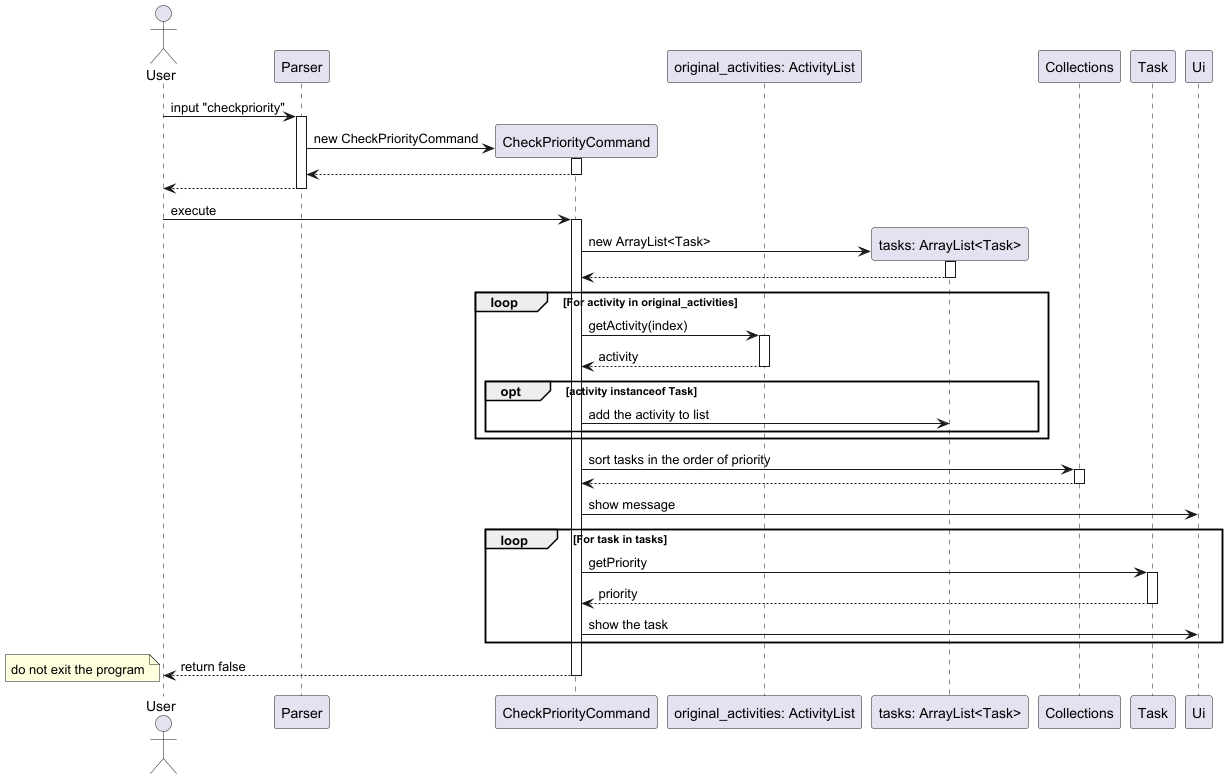
Kennahh/tp keeps this PlantUML diagram as docs/images/checkPriority_sequence.png. Above is the earlier version. The source it was exported from:
```plantuml
@startuml
Actor User
participant Parser
participant CheckPriorityCommand
participant "original_activities: ActivityList" as original_list
participant "tasks: ArrayList<Task>" as tasks
participant Collections
participant Task
participant Ui

User -> Parser: input "checkpriority"
activate Parser
create CheckPriorityCommand
Parser -> CheckPriorityCommand: new CheckPriorityCommand
activate CheckPriorityCommand
CheckPriorityCommand --> Parser
deactivate CheckPriorityCommand
Parser --> User
deactivate Parser

User -> CheckPriorityCommand: execute
activate CheckPriorityCommand
create tasks
CheckPriorityCommand -> tasks: new ArrayList<Task>
activate tasks
tasks --> CheckPriorityCommand
deactivate tasks

loop For activity in original_activities
    CheckPriorityCommand -> original_list: getActivity(index)
    activate original_list
    original_list --> CheckPriorityCommand: activity
    deactivate original_list
    opt activity instanceof Task
        CheckPriorityCommand -> tasks: add the activity to list
    end
end

CheckPriorityCommand -> Collections: sort tasks in the order of priority
activate Collections
Collections --> CheckPriorityCommand
deactivate Collections

CheckPriorityCommand -> Ui: show message
loop For task in tasks
    CheckPriorityCommand -> Task: getPriority
    activate Task
    Task --> CheckPriorityCommand: priority
    deactivate Task
    CheckPriorityCommand -> Ui: show the task
end

CheckPriorityCommand --> User: return false
note left: do not exit the program
deactivate CheckPriorityCommand

@enduml
```
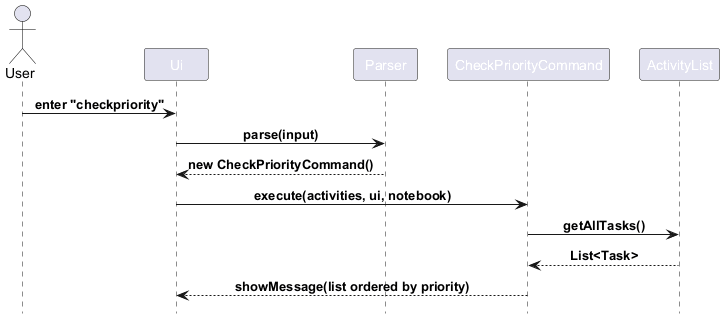
After the change.

Change to the diagram source:
```diff
@@ -1,57 +1,16 @@
 @startuml
-Actor User
+!include style.puml
+actor User
+participant UI as "Ui"
 participant Parser
-participant CheckPriorityCommand
-participant "original_activities: ActivityList" as original_list
-participant "tasks: ArrayList<Task>" as tasks
-participant Collections
-participant Task
-participant Ui
+participant C as "CheckPriorityCommand"
+participant AL as "ActivityList"
 
-User -> Parser: input "checkpriority"
-activate Parser
-create CheckPriorityCommand
-Parser -> CheckPriorityCommand: new CheckPriorityCommand
-activate CheckPriorityCommand
-CheckPriorityCommand --> Parser
-deactivate CheckPriorityCommand
-Parser --> User
-deactivate Parser
-
-User -> CheckPriorityCommand: execute
-activate CheckPriorityCommand
-create tasks
-CheckPriorityCommand -> tasks: new ArrayList<Task>
-activate tasks
-tasks --> CheckPriorityCommand
-deactivate tasks
-
-loop For activity in original_activities
-    CheckPriorityCommand -> original_list: getActivity(index)
-    activate original_list
-    original_list --> CheckPriorityCommand: activity
-    deactivate original_list
-    opt activity instanceof Task
-        CheckPriorityCommand -> tasks: add the activity to list
-    end
-end
-
-CheckPriorityCommand -> Collections: sort tasks in the order of priority
-activate Collections
-Collections --> CheckPriorityCommand
-deactivate Collections
-
-CheckPriorityCommand -> Ui: show message
-loop For task in tasks
-    CheckPriorityCommand -> Task: getPriority
-    activate Task
-    Task --> CheckPriorityCommand: priority
-    deactivate Task
-    CheckPriorityCommand -> Ui: show the task
-end
-
-CheckPriorityCommand --> User: return false
-note left: do not exit the program
-deactivate CheckPriorityCommand
-
+User -> UI: enter "checkpriority"
+UI -> Parser: parse(input)
+Parser --> UI: new CheckPriorityCommand()
+UI -> C: execute(activities, ui, notebook)
+C -> AL: getAllTasks()
+AL --> C: List<Task>
+C --> UI: showMessage(list ordered by priority)
 @enduml
```
